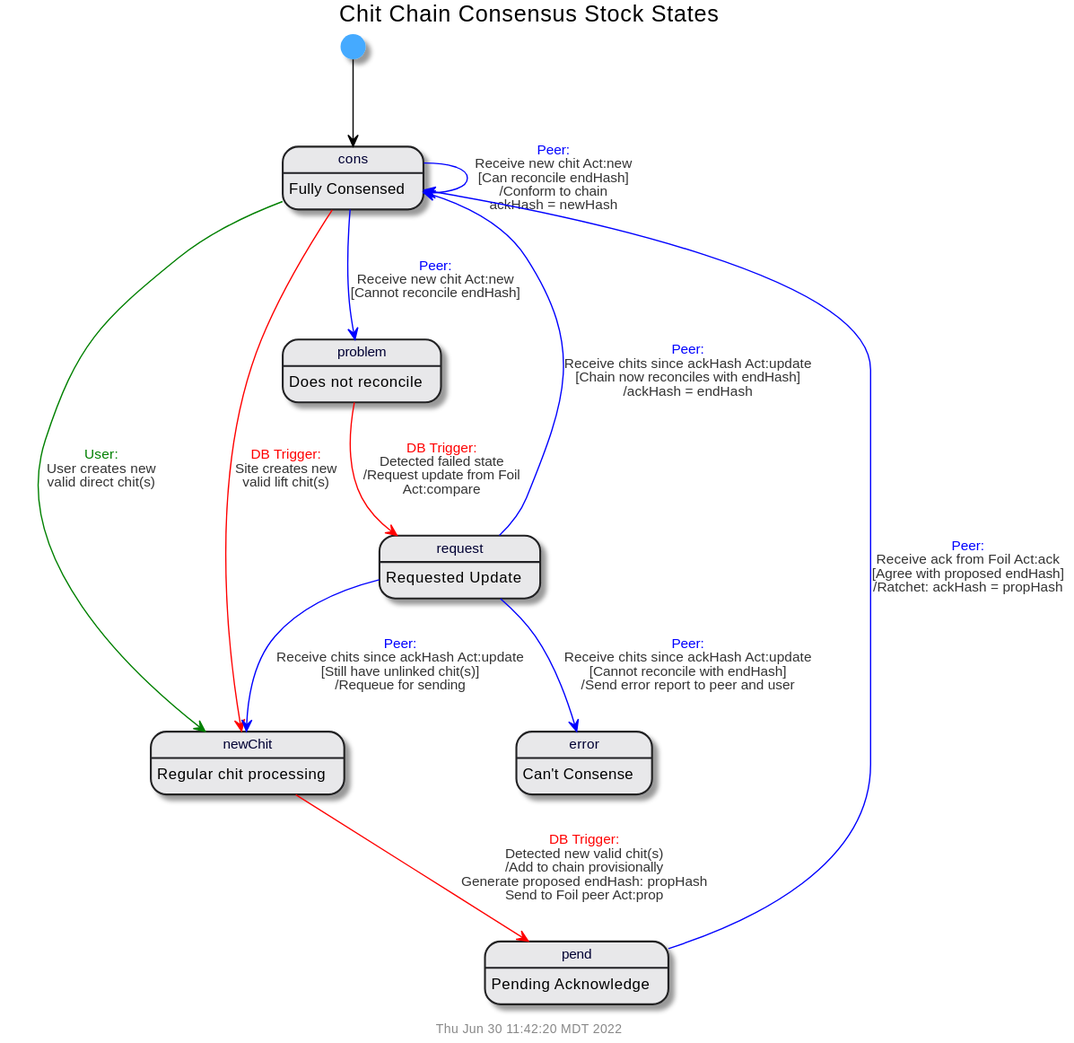
Earlier version of the PlantUML export doc/uml/state-cons.svg (gotchoices/MyCHIPs).
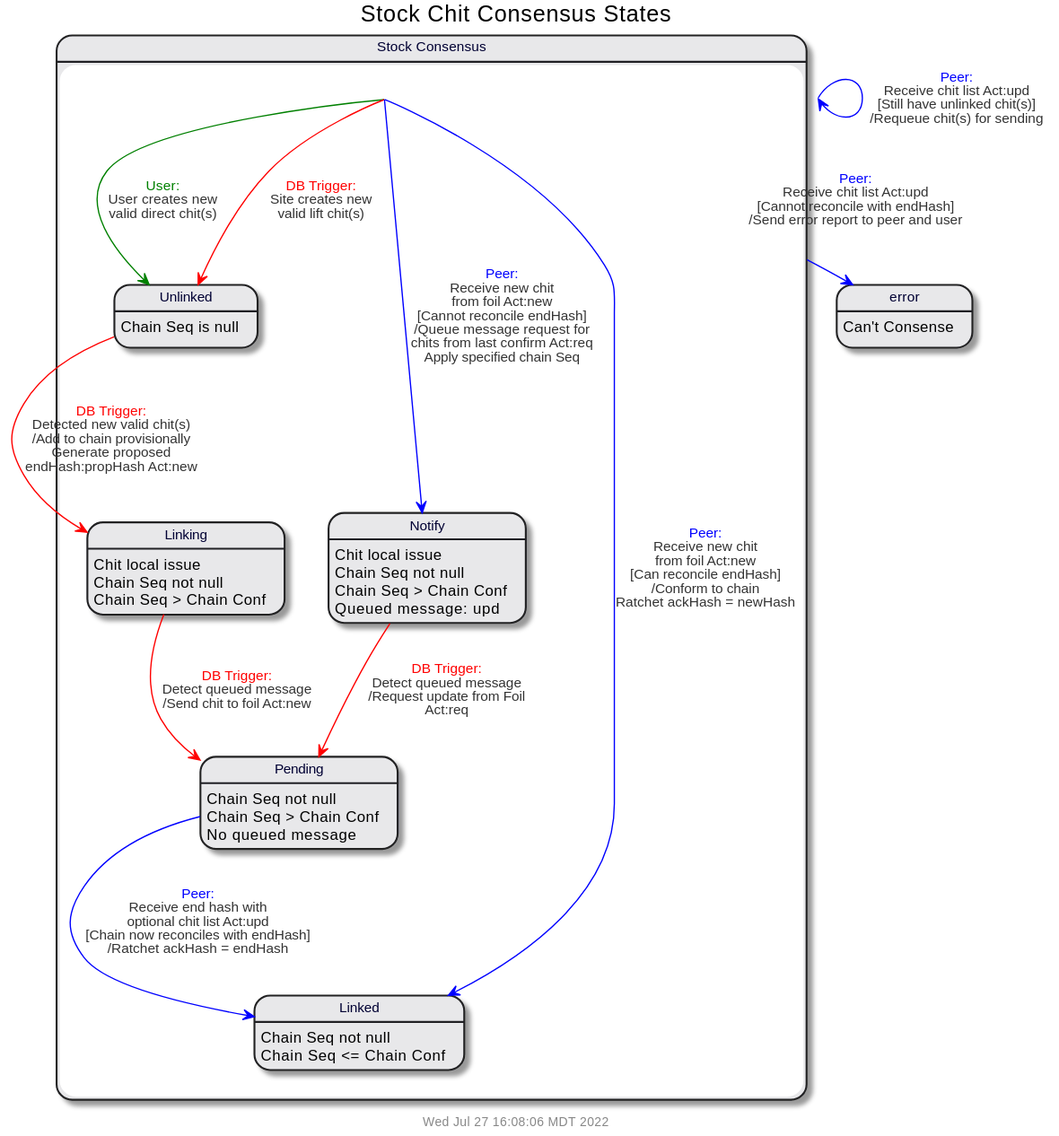
The same file after the commit.

Commit message:
Refine chit consensus state design

What changed in the source:
```diff
@@ -1,29 +1,43 @@
 @startuml
 !include common.puml
 
-$title(Chit Chain Consensus Stock States)
-[*] --> cons
-cons: Fully Consensed
+$title(Stock Chit Consensus States)
+state stock {
+  state "Unlinked" as unlinked
+  state "Linking" as linking
+  state "Pending" as pending
+  state "Notify" as notify
+  state "Linked" as linked
+}
+state "Stock Consensus" as stock
+
 error: Can't Consense
-pend: Pending Acknowledge
-problem: Does not reconcile
-request: Requested Update
-newChit: Regular chit processing
+unlinked: Chain Seq is null
+linking: Chit local issue
+linking: Chain Seq not null
+linking: Chain Seq > Chain Conf
+notify: Chit local issue
+notify: Chain Seq not null
+notify: Chain Seq > Chain Conf
+notify: Queued message: upd
+pending: Chain Seq not null
+pending: Chain Seq > Chain Conf
+pending: No queued message
+linked: Chain Seq not null
+linked: Chain Seq <= Chain Conf
 
+stock -[$user]-> unlinked: $trans($user, User creates new\nvalid direct chit(s),'')
+stock -[$db]-> unlinked: $trans($db, Site creates new\nvalid lift chit(s),'')
+stock -[$peer]-> linked: $trans($peer,Receive new chit\nfrom foil Act:new,'Can reconcile endHash', 'Conform to chain\nRatchet ackHash = newHash')
+stock -[$peer]-> notify: $trans($peer,Receive new chit\nfrom foil Act:new,'Cannot reconcile endHash','Queue message request for\nchits from last confirm Act:req\nApply specified chain Seq')
 
-cons -[$user]-> newChit: $trans($user, User creates new\nvalid direct chit(s),'')
-cons -[$db]-> newChit: $trans($db, Site creates new\nvalid lift chit(s),'')
+unlinked -[$db]-> linking: $trans($db,Detected new valid chit(s),'','Add to chain provisionally\nGenerate proposed\nendHash:propHash Act:new')
+linking -[$db]-> pending: $trans($db,Detect queued message,'','Send chit to foil Act:new')
 
-newChit -[$db]-> pend: $trans($db,Detected new valid chit(s),'', 'Add to chain provisionally\nGenerate proposed endHash: propHash\nSend to Foil peer Act:prop')
+notify -[$db]-> pending: $trans($db,Detect queued message,'','Request update from Foil\nAct:req')
+pending -[$peer]-> linked: $trans($peer,Receive end hash with\noptional chit list Act:upd,'Chain now reconciles with endHash', 'Ratchet ackHash = endHash')
 
-cons -[$peer]-> cons: $trans($peer,Receive new chit Act:new,'Can reconcile endHash', 'Conform to chain\nackHash = newHash')
-cons -[$peer]-> problem: $trans($peer,Receive new chit Act:new,'Cannot reconcile endHash')
-problem -[$db]-> request: $trans($db,Detected failed state,'', 'Request update from Foil\nAct:compare')
-
-request -[$peer]-> error: $trans($peer,Receive chits since ackHash Act:update,'Cannot reconcile with endHash', 'Send error report to peer and user')
-request -[$peer]-> cons: $trans($peer,Receive chits since ackHash Act:update,'Chain now reconciles with endHash', 'ackHash = endHash')
-request -[$peer]-> newChit: $trans($peer,Receive chits since ackHash Act:update,'Still have unlinked chit(s)', 'Requeue for sending')
-
-pend -[$peer]-> cons: $trans($peer,Receive ack from Foil Act:ack,'Agree with proposed endHash', 'Ratchet: ackHash = propHash')
+stock -[$peer]-> error: $trans($peer,Receive chit list Act:upd,'Cannot reconcile with endHash', 'Send error report to peer and user')
+stock -[$peer]-> stock: $trans($peer,Receive chit list Act:upd,'Still have unlinked chit(s)', 'Requeue chit(s) for sending')
 
 @enduml
```
